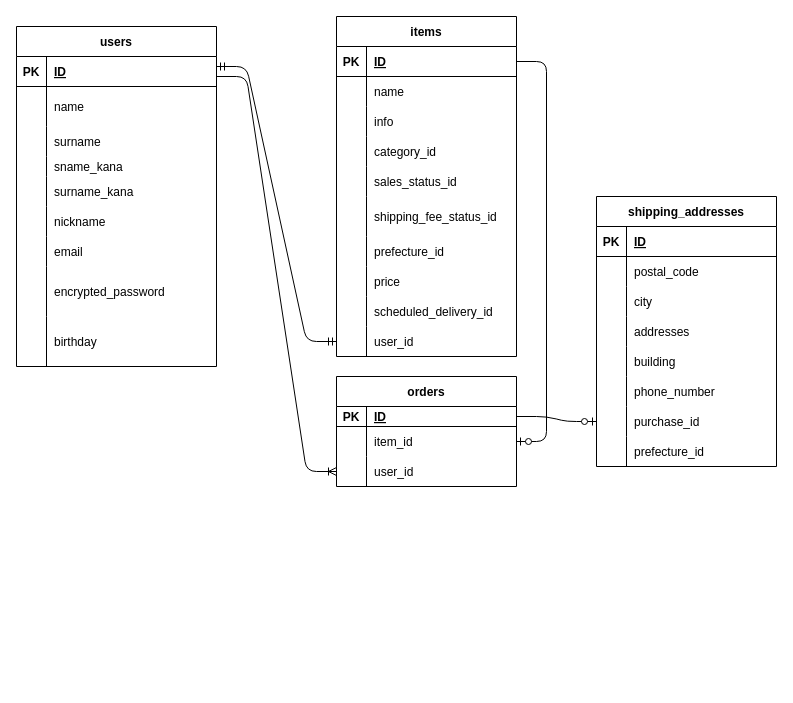
This is db.dio from kuragekamaboko/furima-38998, a draw.io file, before an edit. Source tidied: cells renumbered, new cells numbered last; positions are measured from the earlier drawing's top-left corner, leaving out a move shared by most shapes. Both pictures are drawn from the tidied source at 100%, with x=0, y=0 at pixel (16, 16).
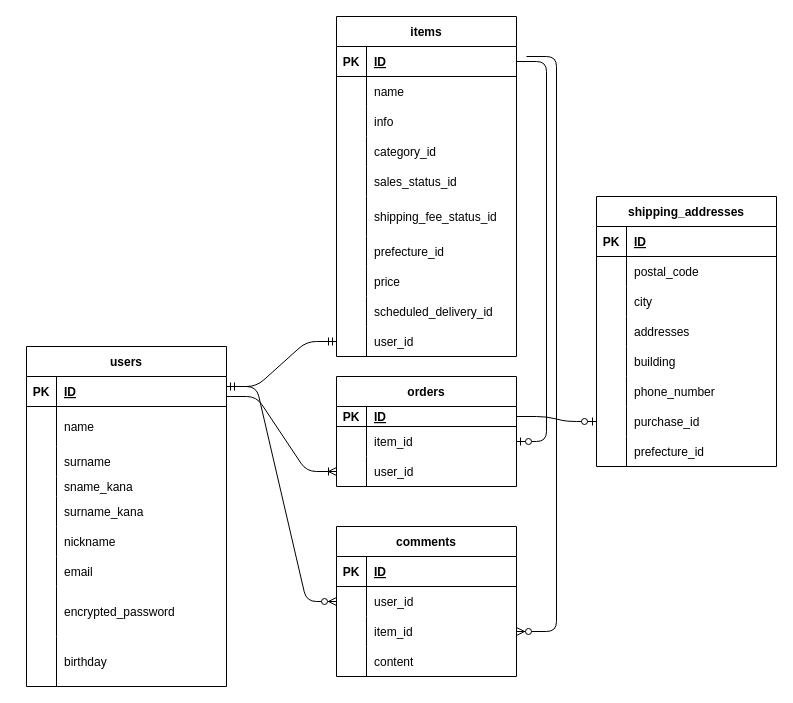
The same diagram, later.

Unchanged cells that the change refers to:
```xml
<mxCell id="58" style="shape=tableRow;horizontal=0;startSize=0;swimlaneHead=0;swimlaneBody=0;fillColor=none;points=[[0,0.5],[1,0.5]];portConstraint=eastwest;top=0;left=0;right=0;bottom=0;" parent="30" vertex="1">
  <mxGeometry y="310" width="180" height="30" as="geometry" />
</mxCell>
<mxCell id="94" style="shape=tableRow;horizontal=0;startSize=0;swimlaneHead=0;swimlaneBody=0;fillColor=none;points=[[0,0.5],[1,0.5]];portConstraint=eastwest;top=0;left=0;right=0;bottom=0;" parent="87" vertex="1">
  <mxGeometry y="80" width="180" height="30" as="geometry" />
</mxCell>
```

What changed in the source:
```diff
@@
     <mxCell id="2" value="users" style="shape=table;startSize=30;childLayout=tableLayout;rowLines=0;fontStyle=1;align=center;" parent="1" vertex="1">
-      <mxGeometry y="10" width="200" height="340" as="geometry" />
+      <mxGeometry x="10" y="330" width="200" height="340" as="geometry" />
     </mxCell>
@@
     <mxCell id="86" style="edgeStyle=entityRelationEdgeStyle;fontSize=12;html=1;endArrow=ERmandOne;startArrow=ERmandOne;entryX=0;entryY=0.5;entryDx=0;entryDy=0;" parent="1" edge="1" target="58">
       <mxGeometry relative="1" as="geometry">
-        <mxPoint x="200" y="50" as="sourcePoint" />
+        <mxPoint x="210" y="370" as="sourcePoint" />
       </mxGeometry>
     </mxCell>
@@
     <mxCell id="97" style="edgeStyle=entityRelationEdgeStyle;fontSize=12;html=1;endArrow=ERoneToMany;entryX=0;entryY=0.5;entryDx=0;entryDy=0;" parent="1" edge="1" target="94">
       <mxGeometry relative="1" as="geometry">
-        <mxPoint x="200" y="60" as="sourcePoint" />
+        <mxPoint x="210" y="380" as="sourcePoint" />
       </mxGeometry>
     </mxCell>
@@
+    <mxCell id="100" value="comments" style="shape=table;startSize=30;childLayout=tableLayout;rowLines=0;fontStyle=1;align=center;" parent="1" vertex="1">
+      <mxGeometry x="320" y="510" width="180" height="150" as="geometry" />
+    </mxCell>
+    <mxCell id="101" style="shape=tableRow;horizontal=0;startSize=0;swimlaneHead=0;swimlaneBody=0;fillColor=none;top=0;left=0;right=0;bottom=1;" parent="100" vertex="1">
+      <mxGeometry y="30" width="180" height="30" as="geometry" />
+    </mxCell>
+    <mxCell id="102" value="PK" style="shape=partialRectangle;fillColor=none;top=0;left=0;bottom=0;right=0;fontStyle=1;overflow=hidden;" parent="101" vertex="1">
+      <mxGeometry width="30" height="30" as="geometry" />
+    </mxCell>
+    <mxCell id="103" value="ID" style="shape=partialRectangle;fillColor=none;top=0;left=0;bottom=0;right=0;align=left;spacingLeft=6;fontStyle=5;overflow=hidden;" parent="101" vertex="1">
+      <mxGeometry x="30" width="150" height="30" as="geometry" />
+    </mxCell>
+    <mxCell id="104" style="shape=tableRow;horizontal=0;startSize=0;swimlaneHead=0;swimlaneBody=0;fillColor=none;points=[[0,0.5],[1,0.5]];portConstraint=eastwest;top=0;left=0;right=0;bottom=0;" parent="100" vertex="1">
+      <mxGeometry y="60" width="180" height="30" as="geometry" />
+    </mxCell>
+    <mxCell id="105" style="shape=partialRectangle;fillColor=none;top=0;left=0;bottom=0;right=0;overflow=hidden;" parent="104" vertex="1">
+      <mxGeometry width="30" height="30" as="geometry" />
+    </mxCell>
+    <mxCell id="106" value="user_id" style="shape=partialRectangle;fillColor=none;top=0;left=0;bottom=0;right=0;align=left;spacingLeft=6;overflow=hidden;" parent="104" vertex="1">
+      <mxGeometry x="30" width="150" height="30" as="geometry" />
+    </mxCell>
+    <mxCell id="107" style="shape=tableRow;horizontal=0;startSize=0;swimlaneHead=0;swimlaneBody=0;fillColor=none;points=[[0,0.5],[1,0.5]];portConstraint=eastwest;top=0;left=0;right=0;bottom=0;" parent="100" vertex="1">
+      <mxGeometry y="90" width="180" height="30" as="geometry" />
+    </mxCell>
+    <mxCell id="108" style="shape=partialRectangle;fillColor=none;top=0;left=0;bottom=0;right=0;overflow=hidden;" parent="107" vertex="1">
+      <mxGeometry width="30" height="30" as="geometry" />
+    </mxCell>
+    <mxCell id="109" value="item_id" style="shape=partialRectangle;fillColor=none;top=0;left=0;bottom=0;right=0;align=left;spacingLeft=6;overflow=hidden;" parent="107" vertex="1">
+      <mxGeometry x="30" width="150" height="30" as="geometry" />
+    </mxCell>
+    <mxCell id="110" style="shape=tableRow;horizontal=0;startSize=0;swimlaneHead=0;swimlaneBody=0;fillColor=none;top=0;left=0;right=0;bottom=0;" parent="100" vertex="1">
+      <mxGeometry y="120" width="180" height="30" as="geometry" />
+    </mxCell>
+    <mxCell id="111" style="shape=partialRectangle;fillColor=none;top=0;left=0;bottom=0;right=0;overflow=hidden;" parent="110" vertex="1">
+      <mxGeometry width="30" height="30" as="geometry" />
+    </mxCell>
+    <mxCell id="112" value="content" style="shape=partialRectangle;fillColor=none;top=0;left=0;bottom=0;right=0;align=left;spacingLeft=6;overflow=hidden;" parent="110" vertex="1">
+      <mxGeometry x="30" width="150" height="30" as="geometry" />
+    </mxCell>
+    <mxCell id="113" style="edgeStyle=entityRelationEdgeStyle;fontSize=12;html=1;endArrow=ERzeroToMany;endFill=1;entryX=0;entryY=0.5;entryDx=0;entryDy=0;" parent="1" edge="1" target="104">
+      <mxGeometry relative="1" as="geometry">
+        <mxPoint x="210" y="370" as="sourcePoint" />
+      </mxGeometry>
+    </mxCell>
+    <mxCell id="114" style="edgeStyle=entityRelationEdgeStyle;fontSize=12;html=1;endArrow=ERzeroToMany;endFill=1;entryX=1;entryY=0.5;entryDx=0;entryDy=0;" parent="1" edge="1" target="107">
+      <mxGeometry relative="1" as="geometry">
+        <mxPoint x="510" y="40" as="sourcePoint" />
+      </mxGeometry>
+    </mxCell>
```
